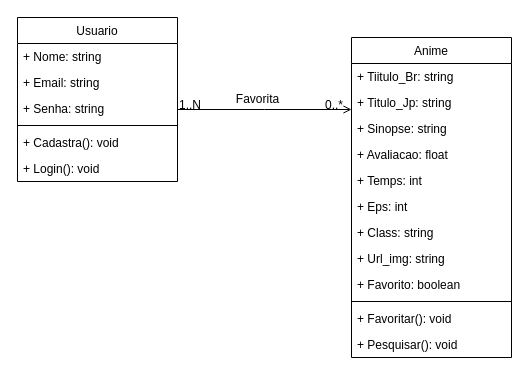
FelipeOropeza/APIKitsu keeps this draw.io diagram as Diagrama de classe.drawio. Above is the earlier version. Source tidied: cells renumbered, new cells numbered last; positions are measured from the earlier drawing's top-left corner, leaving out a move shared by most shapes. Both pictures are drawn from the tidied source at 100%, with x=0, y=0 at pixel (17, 17).
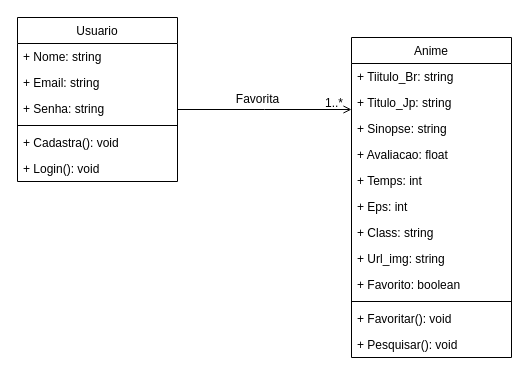
Above is the later version.

The change refers to these unchanged cells:
```xml
<mxCell id="22" style="endArrow=open;shadow=0;strokeWidth=1;rounded=0;endFill=1;edgeStyle=elbowEdgeStyle;elbow=vertical;" parent="1" edge="1" source="2" target="9">
  <mxGeometry x="0.5" y="41" relative="1" as="geometry">
    <mxPoint x="-40" y="32" as="offset" />
  </mxGeometry>
</mxCell>
```

What changed in the source:
```diff
@@
-    <mxCell id="23" value="1..N" style="align=left;verticalAlign=bottom;labelBackgroundColor=none;fontSize=12;" parent="22" vertex="1">
-      <mxGeometry x="-1" relative="1" as="geometry">
-        <mxPoint y="4" as="offset" />
-      </mxGeometry>
-    </mxCell>
-    <mxCell id="24" value="0..*" style="align=right;verticalAlign=bottom;labelBackgroundColor=none;fontSize=12;" parent="22" vertex="1">
+    <mxCell id="24" value="1..*" style="align=right;verticalAlign=bottom;labelBackgroundColor=none;fontSize=12;" parent="22" vertex="1">
       <mxGeometry x="1" relative="1" as="geometry">
-        <mxPoint x="-7" y="4" as="offset" />
+        <mxPoint x="-7" y="2" as="offset" />
       </mxGeometry>
     </mxCell>
```
